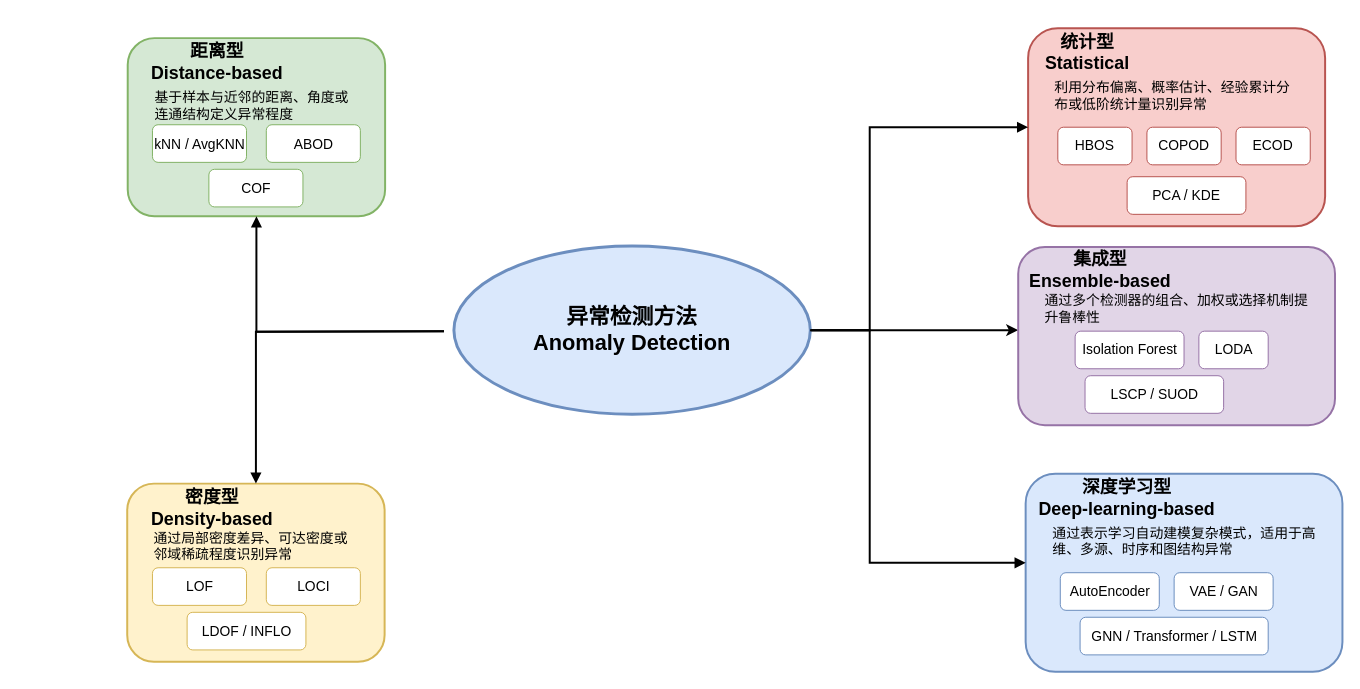
HuangEven/sysuthesis keeps this draw.io diagram as sysuthesis/figures/fig2_1_anomaly_detection_taxonomy.drawio. Above is the earlier version. Source tidied: cells renumbered, new cells numbered last; positions are measured from the earlier drawing's top-left corner, leaving out a move shared by most shapes. Both pictures are drawn from the tidied source at 99%, with x=0, y=0 at pixel (127, 28).
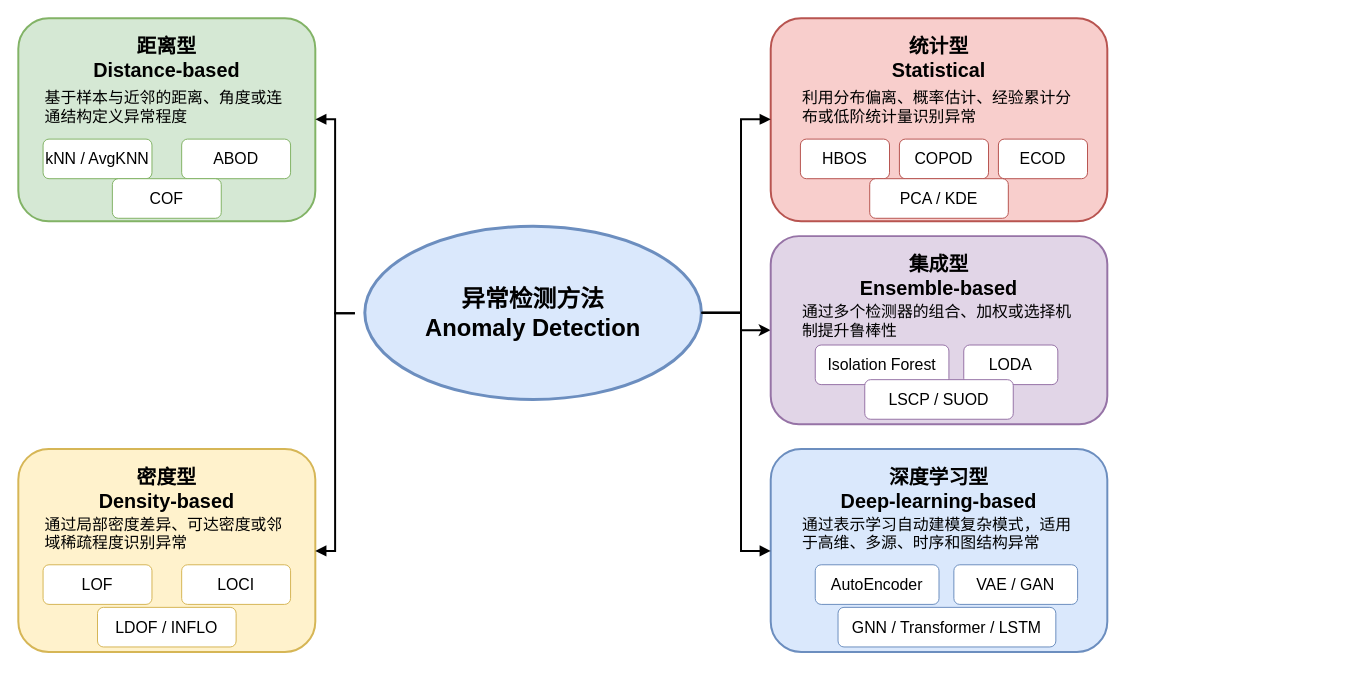
The same diagram, later.

The edit, as a diff of the source:
```diff
@@
     <mxCell id="2" style="edgeStyle=orthogonalEdgeStyle;rounded=0;jettySize=auto;html=1;strokeWidth=2;" parent="1" edge="1" source="3" target="20">
       <mxGeometry relative="1" as="geometry">
         <Array as="points">
-          <mxPoint x="780" y="305" />
-          <mxPoint x="780" y="305" />
+          <mxPoint x="620" y="288" />
+          <mxPoint x="620" y="305" />
         </Array>
       </mxGeometry>
     </mxCell>
-    <mxCell id="3" value="异常检测方法&#10;Anomaly Detection" style="ellipse;whiteSpace=wrap;html=1;fillColor=#dae8fc;strokeColor=#6c8ebf;strokeWidth=3;fontSize=22;fontStyle=1;align=center;verticalAlign=middle;" parent="1" vertex="1">
-      <mxGeometry x="330" y="220" width="360" height="170" as="geometry" />
+    <mxCell id="3" value="异常检测方法&#10;Anomaly Detection" style="ellipse;whiteSpace=wrap;html=1;fillColor=#dae8fc;strokeColor=#6c8ebf;strokeWidth=3;fontSize=24;fontStyle=1;align=center;verticalAlign=middle;fontFamily=PingFang SC;" parent="1" vertex="1">
+      <mxGeometry x="240" y="200" width="340" height="175" as="geometry" />
     </mxCell>
-    <mxCell id="4" style="rounded=1;whiteSpace=wrap;html=1;fillColor=#d5e8d4;strokeColor=#82b366;strokeWidth=2;fontSize=18;fontStyle=1;" parent="1" vertex="1">
-      <mxGeometry x="0.5" y="10" width="260" height="180" as="geometry" />
+    <mxCell id="4" style="rounded=1;whiteSpace=wrap;html=1;fillColor=#d5e8d4;strokeColor=#82b366;strokeWidth=2;fontSize=19;fontStyle=1;fontFamily=PingFang SC;" parent="1" vertex="1">
+      <mxGeometry x="-110" y="-10" width="300" height="205" as="geometry" />
     </mxCell>
-    <mxCell id="5" value="基于样本与近邻的距离、角度或连通结构定义异常程度" style="text;html=1;strokeColor=none;fillColor=none;fontSize=14;align=left;verticalAlign=top;whiteSpace=wrap;" parent="1" vertex="1">
-      <mxGeometry x="25.5" y="55" width="210" height="40" as="geometry" />
+    <mxCell id="5" value="基于样本与近邻的距离、角度或连通结构定义异常程度" style="text;html=1;strokeColor=none;fillColor=none;fontSize=16;align=left;verticalAlign=top;whiteSpace=wrap;fontFamily=PingFang SC;" parent="1" vertex="1">
+      <mxGeometry x="-85" y="54" width="250" height="50" as="geometry" />
     </mxCell>
-    <mxCell id="6" value="kNN / AvgKNN" style="rounded=1;whiteSpace=wrap;html=1;fillColor=#ffffff;strokeColor=#82b366;fontSize=14;" parent="1" vertex="1">
-      <mxGeometry x="25.5" y="97.5" width="95" height="38" as="geometry" />
+    <mxCell id="6" value="kNN / AvgKNN" style="rounded=1;whiteSpace=wrap;html=1;fillColor=#ffffff;strokeColor=#82b366;fontSize=16;fontFamily=PingFang SC;" parent="1" vertex="1">
+      <mxGeometry x="-85" y="112" width="110" height="40" as="geometry" />
     </mxCell>
-    <mxCell id="7" value="ABOD" style="rounded=1;whiteSpace=wrap;html=1;fillColor=#ffffff;strokeColor=#82b366;fontSize=14;" parent="1" vertex="1">
-      <mxGeometry x="140.5" y="97.5" width="95" height="38" as="geometry" />
+    <mxCell id="7" value="ABOD" style="rounded=1;whiteSpace=wrap;html=1;fillColor=#ffffff;strokeColor=#82b366;fontSize=16;fontFamily=PingFang SC;" parent="1" vertex="1">
+      <mxGeometry x="55" y="112" width="110" height="40" as="geometry" />
     </mxCell>
-    <mxCell id="8" value="COF" style="rounded=1;whiteSpace=wrap;html=1;fillColor=#ffffff;strokeColor=#82b366;fontSize=14;" parent="1" vertex="1">
-      <mxGeometry x="82.5" y="142.5" width="95" height="38" as="geometry" />
+    <mxCell id="8" value="COF" style="rounded=1;whiteSpace=wrap;html=1;fillColor=#ffffff;strokeColor=#82b366;fontSize=16;fontFamily=PingFang SC;" parent="1" vertex="1">
+      <mxGeometry x="-15" y="152" width="110" height="40" as="geometry" />
     </mxCell>
-    <mxCell id="9" style="rounded=1;whiteSpace=wrap;html=1;fillColor=#fff2cc;strokeColor=#d6b656;strokeWidth=2;fontSize=18;fontStyle=1;" parent="1" vertex="1">
-      <mxGeometry y="460" width="260" height="180" as="geometry" />
+    <mxCell id="9" style="rounded=1;whiteSpace=wrap;html=1;fillColor=#fff2cc;strokeColor=#d6b656;strokeWidth=2;fontSize=19;fontStyle=1;fontFamily=PingFang SC;" parent="1" vertex="1">
+      <mxGeometry x="-110" y="425" width="300" height="205" as="geometry" />
     </mxCell>
-    <mxCell id="10" value="通过局部密度差异、可达密度或邻域稀疏程度识别异常" style="text;html=1;strokeColor=none;fillColor=none;fontSize=14;align=left;verticalAlign=top;whiteSpace=wrap;" parent="1" vertex="1">
-      <mxGeometry x="25" y="500" width="210" height="40" as="geometry" />
+    <mxCell id="10" value="通过局部密度差异、可达密度或邻域稀疏程度识别异常" style="text;html=1;strokeColor=none;fillColor=none;fontSize=16;align=left;verticalAlign=top;whiteSpace=wrap;fontFamily=PingFang SC;" parent="1" vertex="1">
+      <mxGeometry x="-85" y="485" width="250" height="52" as="geometry" />
     </mxCell>
-    <mxCell id="11" value="LOF" style="rounded=1;whiteSpace=wrap;html=1;fillColor=#ffffff;strokeColor=#d6b656;fontSize=14;" parent="1" vertex="1">
-      <mxGeometry x="25.5" y="545" width="95" height="38" as="geometry" />
+    <mxCell id="11" value="LOF" style="rounded=1;whiteSpace=wrap;html=1;fillColor=#ffffff;strokeColor=#d6b656;fontSize=16;fontFamily=PingFang SC;" parent="1" vertex="1">
+      <mxGeometry x="-85" y="542" width="110" height="40" as="geometry" />
     </mxCell>
-    <mxCell id="12" value="LOCI" style="rounded=1;whiteSpace=wrap;html=1;fillColor=#ffffff;strokeColor=#d6b656;fontSize=14;" parent="1" vertex="1">
-      <mxGeometry x="140.5" y="545" width="95" height="38" as="geometry" />
+    <mxCell id="12" value="LOCI" style="rounded=1;whiteSpace=wrap;html=1;fillColor=#ffffff;strokeColor=#d6b656;fontSize=16;fontFamily=PingFang SC;" parent="1" vertex="1">
+      <mxGeometry x="55" y="542" width="110" height="40" as="geometry" />
     </mxCell>
-    <mxCell id="13" value="LDOF / INFLO" style="rounded=1;whiteSpace=wrap;html=1;fillColor=#ffffff;strokeColor=#d6b656;fontSize=14;" parent="1" vertex="1">
-      <mxGeometry x="60.5" y="590" width="120" height="38" as="geometry" />
+    <mxCell id="13" value="LDOF / INFLO" style="rounded=1;whiteSpace=wrap;html=1;fillColor=#ffffff;strokeColor=#d6b656;fontSize=16;fontFamily=PingFang SC;" parent="1" vertex="1">
+      <mxGeometry x="-30" y="585" width="140" height="40" as="geometry" />
     </mxCell>
-    <mxCell id="14" style="rounded=1;whiteSpace=wrap;html=1;fillColor=#f8cecc;strokeColor=#b85450;strokeWidth=2;fontSize=18;fontStyle=1;" parent="1" vertex="1">
-      <mxGeometry x="910" width="300" height="200" as="geometry" />
+    <mxCell id="14" style="rounded=1;whiteSpace=wrap;html=1;fillColor=#f8cecc;strokeColor=#b85450;strokeWidth=2;fontSize=19;fontStyle=1;fontFamily=PingFang SC;" parent="1" vertex="1">
+      <mxGeometry x="650" y="-10" width="340" height="205" as="geometry" />
     </mxCell>
-    <mxCell id="15" value="利用分布偏离、概率估计、经验累计分布或低阶统计量识别异常" style="text;html=1;strokeColor=none;fillColor=none;fontSize=14;align=left;verticalAlign=top;whiteSpace=wrap;" parent="1" vertex="1">
-      <mxGeometry x="935" y="45" width="250" height="42" as="geometry" />
+    <mxCell id="15" value="利用分布偏离、概率估计、经验累计分布或低阶统计量识别异常" style="text;html=1;strokeColor=none;fillColor=none;fontSize=16;align=left;verticalAlign=top;whiteSpace=wrap;fontFamily=PingFang SC;" parent="1" vertex="1">
+      <mxGeometry x="680" y="54" width="280" height="52" as="geometry" />
     </mxCell>
-    <mxCell id="16" value="HBOS" style="rounded=1;whiteSpace=wrap;html=1;fillColor=#ffffff;strokeColor=#b85450;fontSize=14;" parent="1" vertex="1">
-      <mxGeometry x="940" y="100" width="75" height="38" as="geometry" />
+    <mxCell id="16" value="HBOS" style="rounded=1;whiteSpace=wrap;html=1;fillColor=#ffffff;strokeColor=#b85450;fontSize=16;fontFamily=PingFang SC;" parent="1" vertex="1">
+      <mxGeometry x="680" y="112" width="90" height="40" as="geometry" />
     </mxCell>
-    <mxCell id="17" value="COPOD" style="rounded=1;whiteSpace=wrap;html=1;fillColor=#ffffff;strokeColor=#b85450;fontSize=14;" parent="1" vertex="1">
-      <mxGeometry x="1030" y="100" width="75" height="38" as="geometry" />
+    <mxCell id="17" value="COPOD" style="rounded=1;whiteSpace=wrap;html=1;fillColor=#ffffff;strokeColor=#b85450;fontSize=16;fontFamily=PingFang SC;" parent="1" vertex="1">
+      <mxGeometry x="780" y="112" width="90" height="40" as="geometry" />
     </mxCell>
-    <mxCell id="18" value="ECOD" style="rounded=1;whiteSpace=wrap;html=1;fillColor=#ffffff;strokeColor=#b85450;fontSize=14;" parent="1" vertex="1">
-      <mxGeometry x="1120" y="100" width="75" height="38" as="geometry" />
+    <mxCell id="18" value="ECOD" style="rounded=1;whiteSpace=wrap;html=1;fillColor=#ffffff;strokeColor=#b85450;fontSize=16;fontFamily=PingFang SC;" parent="1" vertex="1">
+      <mxGeometry x="880" y="112" width="90" height="40" as="geometry" />
     </mxCell>
-    <mxCell id="19" value="PCA / KDE" style="rounded=1;whiteSpace=wrap;html=1;fillColor=#ffffff;strokeColor=#b85450;fontSize=14;" parent="1" vertex="1">
-      <mxGeometry x="1010" y="150" width="120" height="38" as="geometry" />
+    <mxCell id="19" value="PCA / KDE" style="rounded=1;whiteSpace=wrap;html=1;fillColor=#ffffff;strokeColor=#b85450;fontSize=16;fontFamily=PingFang SC;" parent="1" vertex="1">
+      <mxGeometry x="750" y="152" width="140" height="40" as="geometry" />
     </mxCell>
-    <mxCell id="20" style="rounded=1;whiteSpace=wrap;html=1;fillColor=#e1d5e7;strokeColor=#9673a6;strokeWidth=2;fontSize=18;fontStyle=1;" parent="1" vertex="1">
-      <mxGeometry x="900" y="221" width="320" height="180" as="geometry" />
+    <mxCell id="20" style="rounded=1;whiteSpace=wrap;html=1;fillColor=#e1d5e7;strokeColor=#9673a6;strokeWidth=2;fontSize=19;fontStyle=1;fontFamily=PingFang SC;" parent="1" vertex="1">
+      <mxGeometry x="650" y="210" width="340" height="190" as="geometry" />
     </mxCell>
-    <mxCell id="21" value="通过多个检测器的组合、加权或选择机制提升鲁棒性" style="text;html=1;strokeColor=none;fillColor=none;fontSize=14;align=left;verticalAlign=top;whiteSpace=wrap;" parent="1" vertex="1">
-      <mxGeometry x="925" y="260" width="270" height="40" as="geometry" />
+    <mxCell id="21" value="通过多个检测器的组合、加权或选择机制提升鲁棒性" style="text;html=1;strokeColor=none;fillColor=none;fontSize=16;align=left;verticalAlign=top;whiteSpace=wrap;fontFamily=PingFang SC;" parent="1" vertex="1">
+      <mxGeometry x="680" y="270" width="280" height="48" as="geometry" />
     </mxCell>
-    <mxCell id="22" value="Isolation Forest" style="rounded=1;whiteSpace=wrap;html=1;fillColor=#ffffff;strokeColor=#9673a6;fontSize=14;" parent="1" vertex="1">
-      <mxGeometry x="957.5" y="306" width="110" height="38" as="geometry" />
+    <mxCell id="22" value="Isolation Forest" style="rounded=1;whiteSpace=wrap;html=1;fillColor=#ffffff;strokeColor=#9673a6;fontSize=16;fontFamily=PingFang SC;" parent="1" vertex="1">
+      <mxGeometry x="695" y="320" width="135" height="40" as="geometry" />
     </mxCell>
-    <mxCell id="23" value="LODA" style="rounded=1;whiteSpace=wrap;html=1;fillColor=#ffffff;strokeColor=#9673a6;fontSize=14;" parent="1" vertex="1">
-      <mxGeometry x="1082.5" y="306" width="70" height="38" as="geometry" />
+    <mxCell id="23" value="LODA" style="rounded=1;whiteSpace=wrap;html=1;fillColor=#ffffff;strokeColor=#9673a6;fontSize=16;fontFamily=PingFang SC;" parent="1" vertex="1">
+      <mxGeometry x="845" y="320" width="95" height="40" as="geometry" />
     </mxCell>
-    <mxCell id="24" value="LSCP / SUOD" style="rounded=1;whiteSpace=wrap;html=1;fillColor=#ffffff;strokeColor=#9673a6;fontSize=14;" parent="1" vertex="1">
-      <mxGeometry x="967.5" y="351" width="140" height="38" as="geometry" />
+    <mxCell id="24" value="LSCP / SUOD" style="rounded=1;whiteSpace=wrap;html=1;fillColor=#ffffff;strokeColor=#9673a6;fontSize=16;fontFamily=PingFang SC;" parent="1" vertex="1">
+      <mxGeometry x="745" y="355" width="150" height="40" as="geometry" />
     </mxCell>
-    <mxCell id="25" style="rounded=1;whiteSpace=wrap;html=1;fillColor=#dae8fc;strokeColor=#6c8ebf;strokeWidth=2;fontSize=18;fontStyle=1;" parent="1" vertex="1">
-      <mxGeometry x="907.5" y="450" width="320" height="200" as="geometry" />
+    <mxCell id="25" style="rounded=1;whiteSpace=wrap;html=1;fillColor=#dae8fc;strokeColor=#6c8ebf;strokeWidth=2;fontSize=19;fontStyle=1;fontFamily=PingFang SC;" parent="1" vertex="1">
+      <mxGeometry x="650" y="425" width="340" height="205" as="geometry" />
     </mxCell>
-    <mxCell id="26" value="通过表示学习自动建模复杂模式，适用于高维、多源、时序和图结构异常" style="text;html=1;strokeColor=none;fillColor=none;fontSize=14;align=left;verticalAlign=top;whiteSpace=wrap;" parent="1" vertex="1">
-      <mxGeometry x="932.5" y="495" width="270" height="42" as="geometry" />
+    <mxCell id="26" value="通过表示学习自动建模复杂模式，适用于高维、多源、时序和图结构异常" style="text;html=1;strokeColor=none;fillColor=none;fontSize=16;align=left;verticalAlign=top;whiteSpace=wrap;fontFamily=PingFang SC;" parent="1" vertex="1">
+      <mxGeometry x="680" y="485" width="280" height="52" as="geometry" />
     </mxCell>
-    <mxCell id="27" value="AutoEncoder" style="rounded=1;whiteSpace=wrap;html=1;fillColor=#ffffff;strokeColor=#6c8ebf;fontSize=14;" parent="1" vertex="1">
-      <mxGeometry x="942.5" y="550" width="100" height="38" as="geometry" />
+    <mxCell id="27" value="AutoEncoder" style="rounded=1;whiteSpace=wrap;html=1;fillColor=#ffffff;strokeColor=#6c8ebf;fontSize=16;fontFamily=PingFang SC;" parent="1" vertex="1">
+      <mxGeometry x="695" y="542" width="125" height="40" as="geometry" />
     </mxCell>
-    <mxCell id="28" value="VAE / GAN" style="rounded=1;whiteSpace=wrap;html=1;fillColor=#ffffff;strokeColor=#6c8ebf;fontSize=14;" parent="1" vertex="1">
-      <mxGeometry x="1057.5" y="550" width="100" height="38" as="geometry" />
+    <mxCell id="28" value="VAE / GAN" style="rounded=1;whiteSpace=wrap;html=1;fillColor=#ffffff;strokeColor=#6c8ebf;fontSize=16;fontFamily=PingFang SC;" parent="1" vertex="1">
+      <mxGeometry x="835" y="542" width="125" height="40" as="geometry" />
     </mxCell>
-    <mxCell id="29" value="GNN / Transformer / LSTM" style="rounded=1;whiteSpace=wrap;html=1;fillColor=#ffffff;strokeColor=#6c8ebf;fontSize=14;" parent="1" vertex="1">
-      <mxGeometry x="962.5" y="595" width="190" height="38" as="geometry" />
+    <mxCell id="29" value="GNN / Transformer / LSTM" style="rounded=1;whiteSpace=wrap;html=1;fillColor=#ffffff;strokeColor=#6c8ebf;fontSize=16;fontFamily=PingFang SC;" parent="1" vertex="1">
+      <mxGeometry x="718" y="585" width="220" height="40" as="geometry" />
     </mxCell>
     <mxCell id="30" style="edgeStyle=orthogonalEdgeStyle;rounded=0;html=1;strokeWidth=2;endArrow=block;endFill=1;" parent="1" edge="1" target="4">
       <mxGeometry relative="1" as="geometry">
-        <mxPoint x="320" y="306" as="sourcePoint" />
+        <mxPoint x="230" y="288" as="sourcePoint" />
+        <Array as="points">
+          <mxPoint x="210" y="288" />
+          <mxPoint x="210" y="92" />
+        </Array>
       </mxGeometry>
     </mxCell>
     <mxCell id="31" style="edgeStyle=orthogonalEdgeStyle;rounded=0;html=1;strokeWidth=2;endArrow=block;endFill=1;" parent="1" edge="1" target="9">
       <mxGeometry relative="1" as="geometry">
-        <mxPoint x="320" y="306" as="sourcePoint" />
+        <mxPoint x="230" y="288" as="sourcePoint" />
+        <Array as="points">
+          <mxPoint x="210" y="288" />
+          <mxPoint x="210" y="528" />
+        </Array>
       </mxGeometry>
     </mxCell>
     <mxCell id="32" style="edgeStyle=orthogonalEdgeStyle;rounded=0;html=1;strokeWidth=2;endArrow=block;endFill=1;" parent="1" edge="1" source="3" target="14">
       <mxGeometry relative="1" as="geometry">
         <Array as="points">
-          <mxPoint x="750" y="305" />
-          <mxPoint x="750" y="100" />
+          <mxPoint x="620" y="288" />
+          <mxPoint x="620" y="92" />
         </Array>
       </mxGeometry>
     </mxCell>
     <mxCell id="33" style="edgeStyle=orthogonalEdgeStyle;rounded=0;html=1;strokeWidth=2;endArrow=block;endFill=1;" parent="1" edge="1" source="3" target="25">
       <mxGeometry relative="1" as="geometry">
         <Array as="points">
-          <mxPoint x="750" y="305" />
-          <mxPoint x="750" y="540" />
+          <mxPoint x="620" y="288" />
+          <mxPoint x="620" y="528" />
         </Array>
       </mxGeometry>
     </mxCell>
-    <mxCell id="34" value="&lt;span style=&quot;font-size: 18px; font-weight: 700;&quot;&gt;距离型&lt;/span&gt;&lt;br style=&quot;font-size: 18px; font-weight: 700;&quot;&gt;&lt;span style=&quot;font-size: 18px; font-weight: 700;&quot;&gt;Distance-based&lt;/span&gt;" style="text;html=1;align=center;verticalAlign=middle;whiteSpace=wrap;rounded=0;" parent="1" vertex="1">
-      <mxGeometry x="0.5" y="20" width="180" height="30" as="geometry" />
+    <mxCell id="34" value="距离型&#10;Distance-based" style="text;html=1;align=center;verticalAlign=middle;whiteSpace=wrap;rounded=0;fontSize=20;fontStyle=1;fontFamily=PingFang SC;" parent="1" vertex="1">
+      <mxGeometry x="-85" y="5" width="250" height="50" as="geometry" />
     </mxCell>
-    <mxCell id="35" value="&lt;span style=&quot;font-size: 18px; font-weight: 700;&quot;&gt;密度型&lt;/span&gt;&lt;br style=&quot;font-size: 18px; font-weight: 700;&quot;&gt;&lt;span style=&quot;font-size: 18px; font-weight: 700;&quot;&gt;Density-based&lt;/span&gt;" style="text;html=1;align=center;verticalAlign=middle;whiteSpace=wrap;rounded=0;" parent="1" vertex="1">
-      <mxGeometry x="10.5" y="470" width="150" height="30" as="geometry" />
+    <mxCell id="35" value="密度型&#10;Density-based" style="text;html=1;align=center;verticalAlign=middle;whiteSpace=wrap;rounded=0;fontSize=20;fontStyle=1;fontFamily=PingFang SC;" parent="1" vertex="1">
+      <mxGeometry x="-85" y="440" width="250" height="50" as="geometry" />
     </mxCell>
-    <mxCell id="36" value="&lt;span style=&quot;font-size: 18px; font-weight: 700;&quot;&gt;统计型&lt;/span&gt;&lt;br style=&quot;font-size: 18px; font-weight: 700;&quot;&gt;&lt;span style=&quot;font-size: 18px; font-weight: 700;&quot;&gt;Statistical&lt;/span&gt;" style="text;html=1;align=center;verticalAlign=middle;whiteSpace=wrap;rounded=0;" parent="1" vertex="1">
-      <mxGeometry x="940" y="10" width="60" height="30" as="geometry" />
+    <mxCell id="36" value="统计型&#10;Statistical" style="text;html=1;align=center;verticalAlign=middle;whiteSpace=wrap;rounded=0;fontSize=20;fontStyle=1;fontFamily=PingFang SC;" parent="1" vertex="1">
+      <mxGeometry x="680" y="5" width="280" height="50" as="geometry" />
     </mxCell>
-    <mxCell id="37" value="&lt;span style=&quot;font-size: 18px; font-weight: 700;&quot;&gt;集成型&lt;/span&gt;&lt;br style=&quot;font-size: 18px; font-weight: 700;&quot;&gt;&lt;span style=&quot;font-size: 18px; font-weight: 700;&quot;&gt;Ensemble-based&lt;/span&gt;" style="text;html=1;align=center;verticalAlign=middle;whiteSpace=wrap;rounded=0;" parent="1" vertex="1">
-      <mxGeometry x="897.5" y="230" width="170" height="30" as="geometry" />
+    <mxCell id="37" value="集成型&#10;Ensemble-based" style="text;html=1;align=center;verticalAlign=middle;whiteSpace=wrap;rounded=0;fontSize=20;fontStyle=1;fontFamily=PingFang SC;" parent="1" vertex="1">
+      <mxGeometry x="680" y="225" width="280" height="50" as="geometry" />
     </mxCell>
-    <mxCell id="38" value="&lt;span style=&quot;font-size: 18px; font-weight: 700;&quot;&gt;深度学习型&lt;/span&gt;&lt;br style=&quot;font-size: 18px; font-weight: 700;&quot;&gt;&lt;span style=&quot;font-size: 18px; font-weight: 700;&quot;&gt;Deep-learning-based&lt;/span&gt;" style="text;html=1;align=center;verticalAlign=middle;whiteSpace=wrap;rounded=0;" parent="1" vertex="1">
-      <mxGeometry x="880" y="460" width="260" height="30" as="geometry" />
+    <mxCell id="38" value="深度学习型&#10;Deep-learning-based" style="text;html=1;align=center;verticalAlign=middle;whiteSpace=wrap;rounded=0;fontSize=20;fontStyle=1;fontFamily=PingFang SC;" parent="1" vertex="1">
+      <mxGeometry x="680" y="440" width="280" height="50" as="geometry" />
     </mxCell>
```
